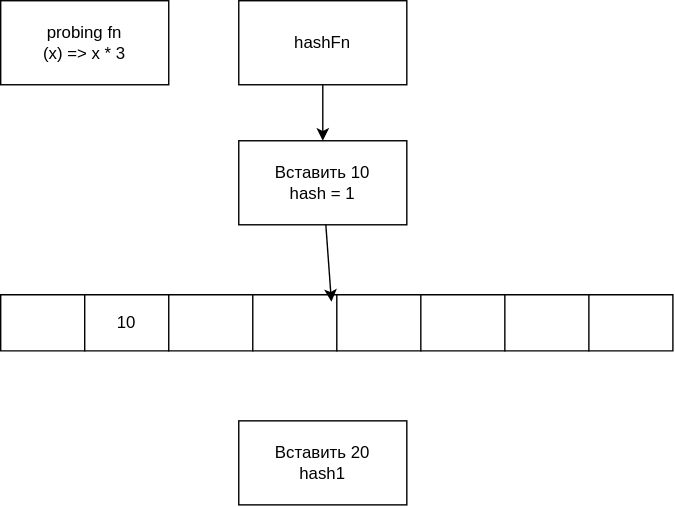
Above: База/Структуры данных/2. Быстро находить данные и проверять условия/2.3. Проверять принадлежность и уникальность/Множество (Set)/HashSet/OpenAddressing/примеры.drawio.svg in kosukhin/catalog (draw.io), before the change. Source tidied: cells renumbered, new cells last; positions are measured from the earlier drawing's top-left corner, leaving out a move shared by most shapes.
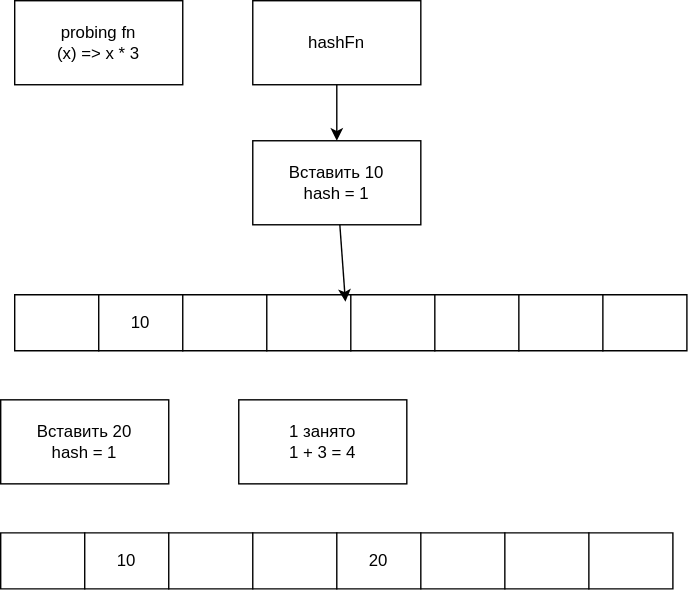
After the commit.

Change to the diagram source:
```diff
@@ -47,8 +47,41 @@
     <mxCell id="16" style="edgeStyle=none;html=1;entryX=0.492;entryY=0.125;entryDx=0;entryDy=0;entryPerimeter=0;" parent="1" edge="1" source="13" target="4">
       <mxGeometry relative="1" as="geometry" />
     </mxCell>
-    <mxCell id="17" value="Вставить 20&lt;div&gt;hash1&lt;/div&gt;" style="rounded=0;whiteSpace=wrap;html=1;" parent="1" vertex="1">
-      <mxGeometry x="170" y="300" width="120" height="60" as="geometry" />
+    <mxCell id="17" value="Вставить 20&lt;div&gt;hash = 1&lt;/div&gt;" style="rounded=0;whiteSpace=wrap;html=1;" parent="1" vertex="1">
+      <mxGeometry x="-10" y="285" width="120" height="60" as="geometry" />
     </mxCell>
+    <mxCell id="18" style="shape=table;startSize=0;fixedHeader=1;tableRender=collapsed;" parent="1" vertex="1">
+      <mxGeometry x="-10" y="380" width="480" height="40" as="geometry" />
+    </mxCell>
+    <mxCell id="19" style="shape=tableRow;horizontal=0;startSize=0;swimlaneHead=0;swimlaneBody=0;strokeColor=inherit;fillColor=none;fixedHeader=1;" parent="18" vertex="1">
+      <mxGeometry width="480" height="40" as="geometry" />
+    </mxCell>
+    <mxCell id="20" style="shape=partialRectangle;html=1;whiteSpace=wrap;strokeColor=inherit;overflow=hidden;fillColor=none;" parent="19" vertex="1">
+      <mxGeometry width="60" height="40" as="geometry" />
+    </mxCell>
+    <mxCell id="21" value="10" style="shape=partialRectangle;html=1;whiteSpace=wrap;strokeColor=inherit;overflow=hidden;fillColor=none;" parent="19" vertex="1">
+      <mxGeometry x="60" width="60" height="40" as="geometry" />
+    </mxCell>
+    <mxCell id="22" style="shape=partialRectangle;html=1;whiteSpace=wrap;strokeColor=inherit;overflow=hidden;fillColor=none;" parent="19" vertex="1">
+      <mxGeometry x="120" width="60" height="40" as="geometry" />
+    </mxCell>
+    <mxCell id="23" style="shape=partialRectangle;html=1;whiteSpace=wrap;strokeColor=inherit;overflow=hidden;fillColor=none;" parent="19" vertex="1">
+      <mxGeometry x="180" width="60" height="40" as="geometry" />
+    </mxCell>
+    <mxCell id="24" value="20" style="shape=partialRectangle;html=1;whiteSpace=wrap;strokeColor=inherit;overflow=hidden;fillColor=none;" parent="19" vertex="1">
+      <mxGeometry x="240" width="60" height="40" as="geometry" />
+    </mxCell>
+    <mxCell id="25" style="shape=partialRectangle;html=1;whiteSpace=wrap;strokeColor=inherit;overflow=hidden;fillColor=none;" parent="19" vertex="1">
+      <mxGeometry x="300" width="60" height="40" as="geometry" />
+    </mxCell>
+    <mxCell id="26" style="shape=partialRectangle;html=1;whiteSpace=wrap;strokeColor=inherit;overflow=hidden;fillColor=none;" parent="19" vertex="1">
+      <mxGeometry x="360" width="60" height="40" as="geometry" />
+    </mxCell>
+    <mxCell id="27" style="shape=partialRectangle;html=1;whiteSpace=wrap;strokeColor=inherit;overflow=hidden;fillColor=none;" parent="19" vertex="1">
+      <mxGeometry x="420" width="60" height="40" as="geometry" />
+    </mxCell>
+    <mxCell id="28" value="1 занято&lt;div&gt;1 + 3 = 4&lt;/div&gt;" style="rounded=0;whiteSpace=wrap;html=1;" parent="1" vertex="1">
+      <mxGeometry x="160" y="285" width="120" height="60" as="geometry" />
+    </mxCell>
   </root>
 </mxGraphModel>
```
